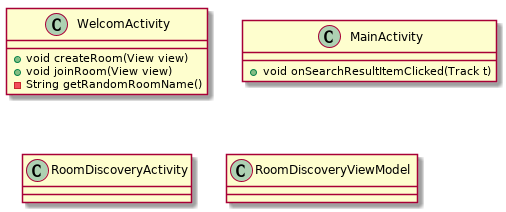
vltmn/qdio keeps this PlantUML diagram as out/docs/uml/class_diagram/view/view.png. Above is the earlier version. The source it was exported from:
```plantuml
@startuml
class WelcomActivity {
    + void createRoom(View view)
    + void joinRoom(View view)
    - String getRandomRoomName()
}
class MainActivity {
    + void onSearchResultItemClicked(Track t)
}

class RoomDiscoveryActivity

class RoomDiscoveryViewModel
@enduml
```
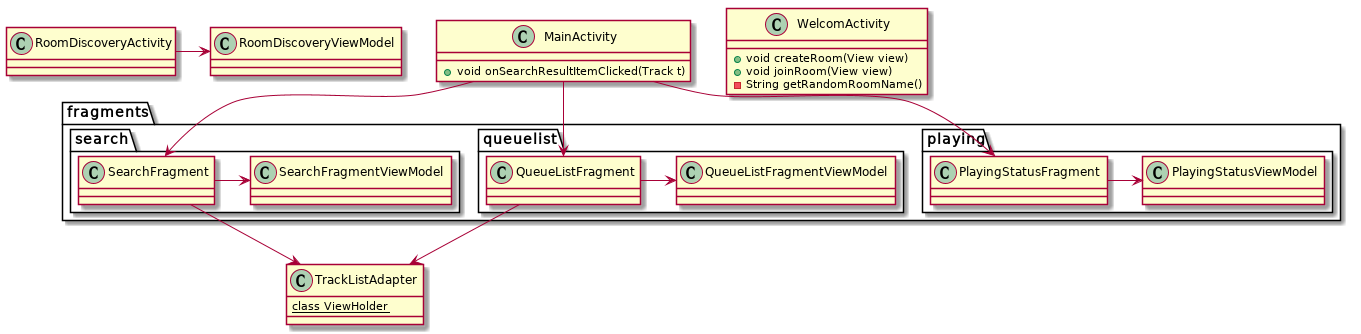
Above is the later version.

Commit message:
Created view uml

Change to the diagram source:
```diff
@@ -11,4 +11,35 @@
 class RoomDiscoveryActivity
 
 class RoomDiscoveryViewModel
+
+RoomDiscoveryActivity -> RoomDiscoveryViewModel
+
+class TrackListAdapter {
+    {static} class ViewHolder
+}
+
+package fragments {
+    package playing {
+        class PlayingStatusFragment
+        class PlayingStatusViewModel
+        PlayingStatusFragment -> PlayingStatusViewModel
+    }
+    package queuelist {
+        class QueueListFragment
+        class QueueListFragmentViewModel
+        QueueListFragment -> QueueListFragmentViewModel
+    }
+    package search {
+        class SearchFragment
+        class SearchFragmentViewModel
+        SearchFragment -> SearchFragmentViewModel
+    }
+}
+
+SearchFragment --> TrackListAdapter
+QueueListFragment --> TrackListAdapter
+
+MainActivity --> QueueListFragment
+MainActivity --> PlayingStatusFragment
+MainActivity --> SearchFragment
 @enduml
```
